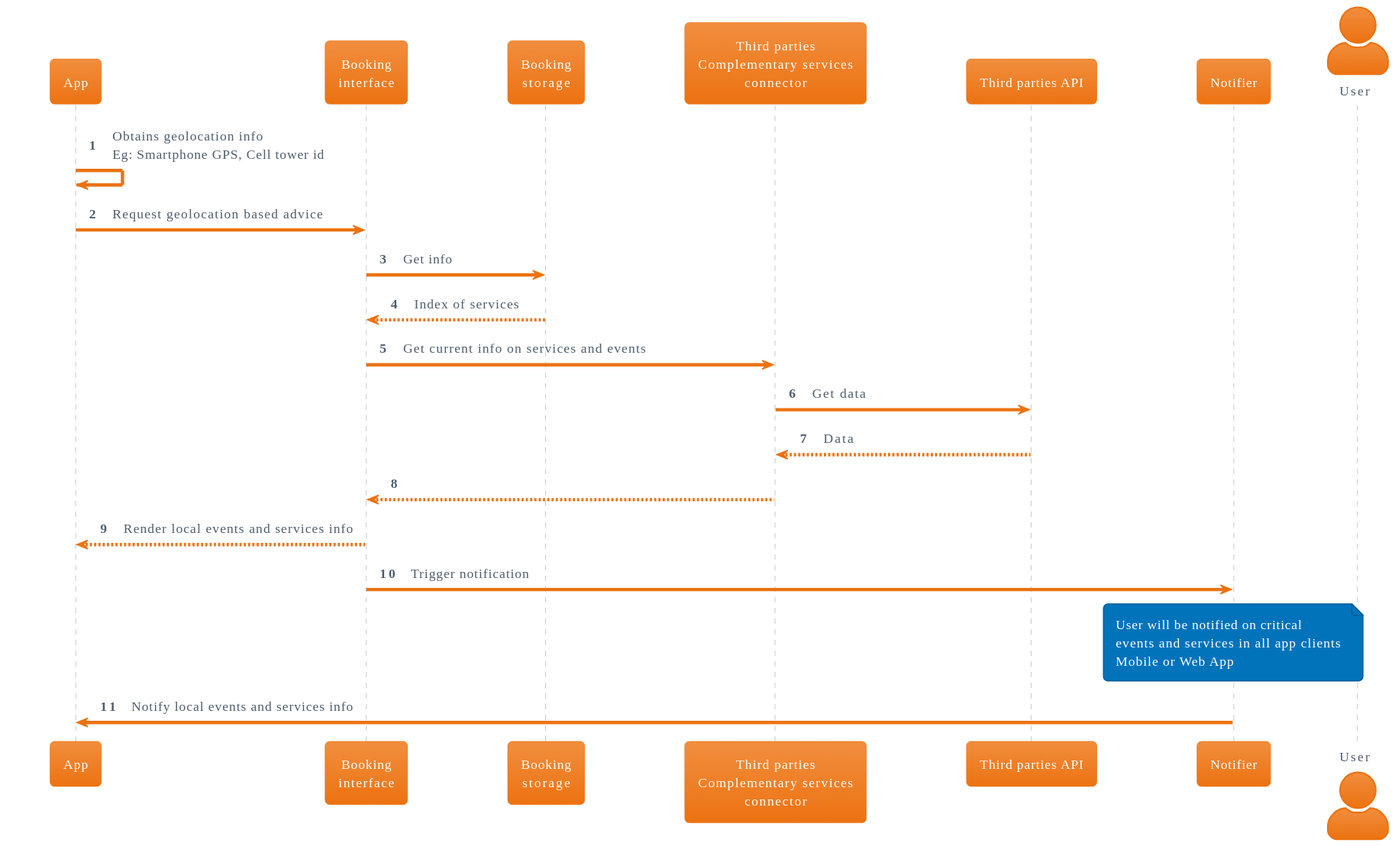
Before: doc/use_cases/geolocation_based_info.svg, a diagram exported from PlantUML (relic-da/ArchEnemies). The source it was exported from:
```plantuml
@startuml
!theme aws-orange

skinparam BackgroundColor white
skinparam actorstyle awesome
autonumber 1


participant "App" as app
participant "Booking\ninterface" as booking_interface
participant "Booking\nstorage" as booking_storage
participant "Third parties\nComplementary services\nconnector" as third_parties_connector
participant "Third parties API" as third_parties_api
participant "Notifier" as notifier
actor "User" as user

app -> app: Obtains geolocation info\nEg: Smartphone GPS, Cell tower id
app -> booking_interface: Request geolocation based advice
booking_interface -> booking_storage: Get info
return Index of services
booking_interface -> third_parties_connector: Get current info on services and events
third_parties_connector -> third_parties_api: Get data
return Data
third_parties_connector --> booking_interface
booking_interface --> app: Render local events and services info
booking_interface -> notifier: Trigger notification
note over notifier
    User will be notified on critical
    events and services in all app clients
    Mobile or Web App
end note
notifier -> app: Notify local events and services info
@enduml
```
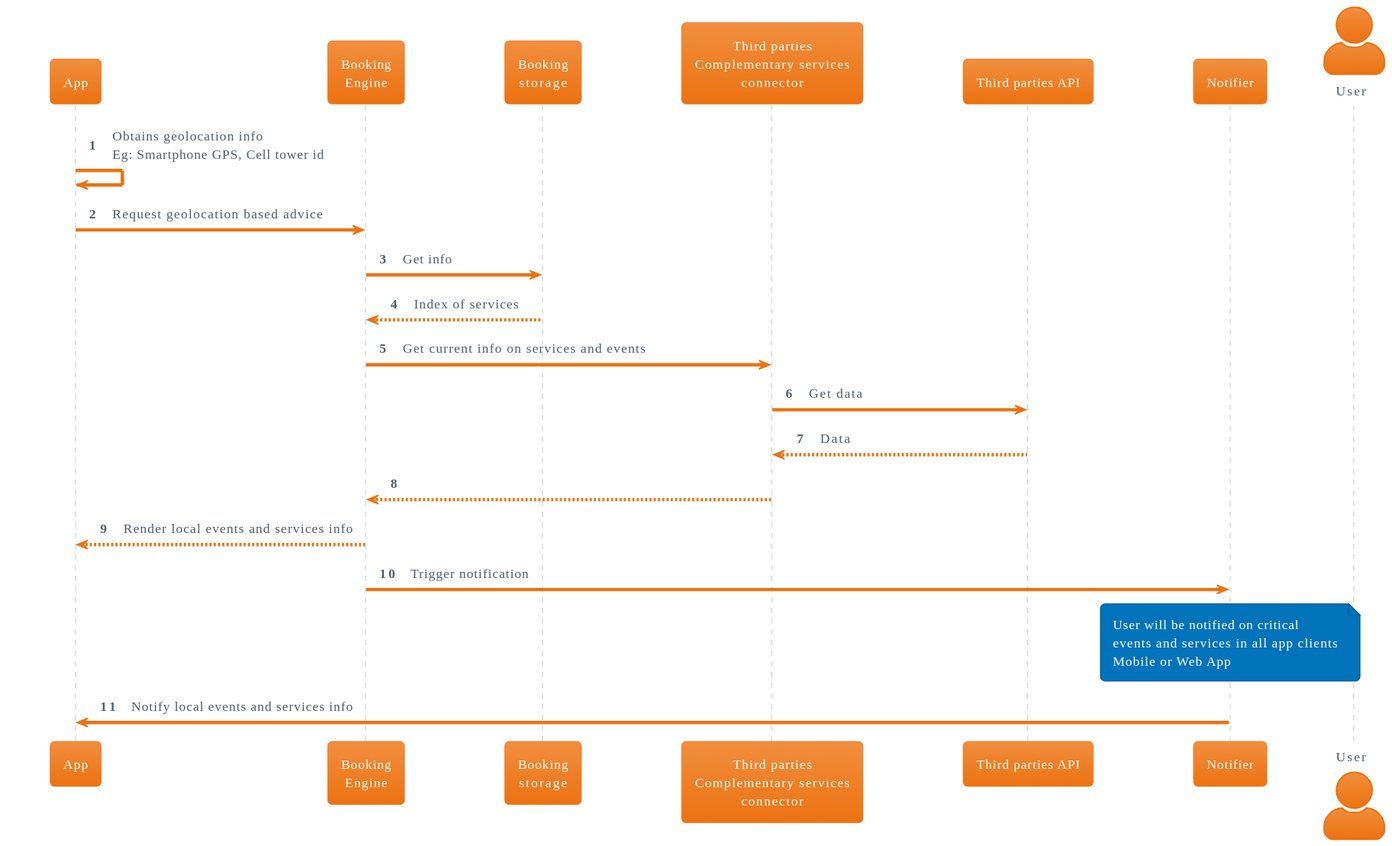
Above is the later version.

What changed in the source:
```diff
@@ -7,7 +7,7 @@
 
 
 participant "App" as app
-participant "Booking\ninterface" as booking_interface
+participant "Booking\nEngine" as booking_engine
 participant "Booking\nstorage" as booking_storage
 participant "Third parties\nComplementary services\nconnector" as third_parties_connector
 participant "Third parties API" as third_parties_api
@@ -15,15 +15,15 @@
 actor "User" as user
 
 app -> app: Obtains geolocation info\nEg: Smartphone GPS, Cell tower id
-app -> booking_interface: Request geolocation based advice
-booking_interface -> booking_storage: Get info
+app -> booking_engine: Request geolocation based advice
+booking_engine -> booking_storage: Get info
 return Index of services
-booking_interface -> third_parties_connector: Get current info on services and events
+booking_engine -> third_parties_connector: Get current info on services and events
 third_parties_connector -> third_parties_api: Get data
 return Data
-third_parties_connector --> booking_interface
-booking_interface --> app: Render local events and services info
-booking_interface -> notifier: Trigger notification
+third_parties_connector --> booking_engine
+booking_engine --> app: Render local events and services info
+booking_engine -> notifier: Trigger notification
 note over notifier
     User will be notified on critical
     events and services in all app clients
```
